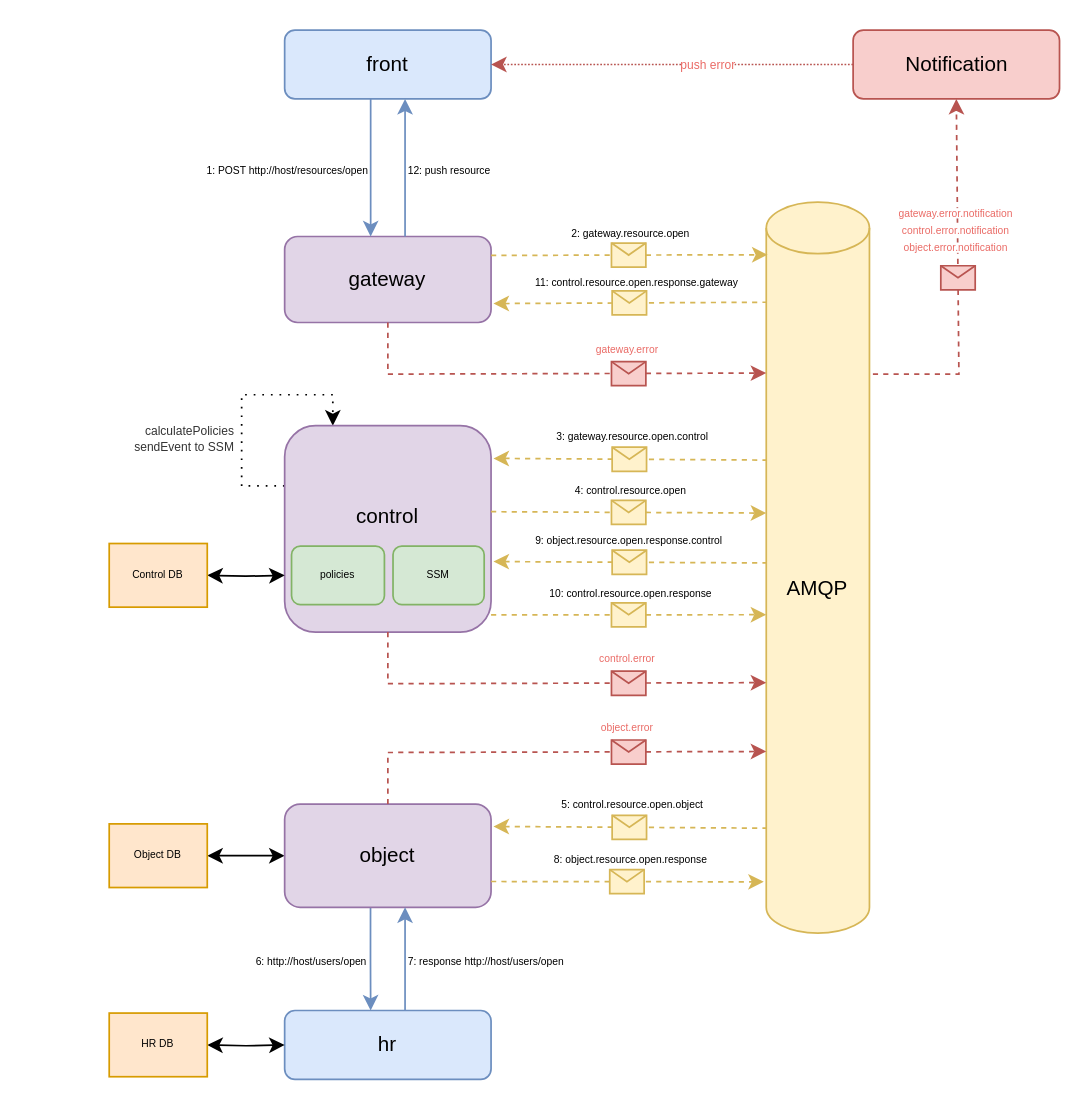
Above: page "schema" (2 of 4) of orchestrator.drawio in KArtZone/control-service (draw.io), before the change. Source tidied: cells renumbered, new cells numbered last; positions are measured from the earlier drawing's top-left corner, leaving out a move shared by most shapes. Both pictures are drawn from the tidied source at 172%, with x=0, y=0 at pixel (108, 29).
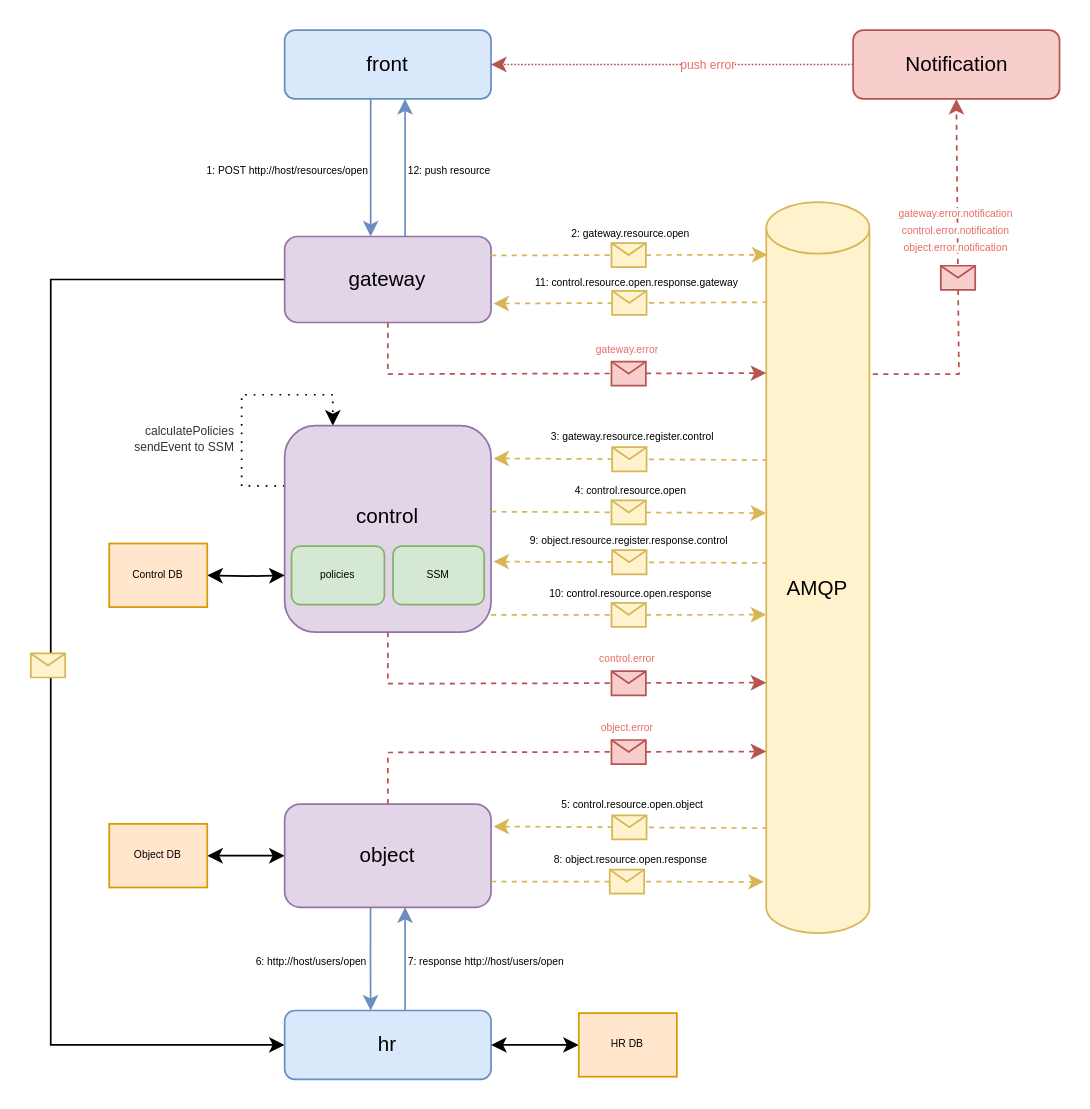
The same diagram, later.

Unchanged cells that the change refers to:
```xml
<mxCell id="4" value="gateway" style="rounded=1;whiteSpace=wrap;html=1;fillColor=#e1d5e7;strokeColor=#9673a6;" parent="1" vertex="1">
  <mxGeometry x="102" y="120" width="120" height="50" as="geometry" />
</mxCell>
<mxCell id="13" value="hr" style="rounded=1;whiteSpace=wrap;html=1;fillColor=#dae8fc;strokeColor=#6c8ebf;" parent="1" vertex="1">
  <mxGeometry x="102" y="570" width="120" height="40" as="geometry" />
</mxCell>
<mxCell id="29" style="endArrow=none;html=1;rounded=0;dashed=1;fontSize=6;entryX=0;entryY=0.571;entryDx=0;entryDy=0;entryPerimeter=0;endFill=0;startArrow=classic;startFill=1;fillColor=#fff2cc;strokeColor=#d6b656;" parent="1" edge="1">
  <mxGeometry relative="1" as="geometry">
    <mxPoint x="223.4" y="309" as="sourcePoint" />
    <mxPoint x="382" y="309.8" as="targetPoint" />
  </mxGeometry>
</mxCell>
```

Diff of the diagram source:
```diff
@@
+    <mxCell id="64" style="edgeStyle=orthogonalEdgeStyle;rounded=0;jettySize=auto;html=1;fontSize=10;" parent="1" edge="1" source="4" target="13">
+      <mxGeometry relative="1" as="geometry">
+        <Array as="points">
+          <mxPoint x="-34" y="145" />
+          <mxPoint x="-34" y="590" />
+        </Array>
+      </mxGeometry>
+    </mxCell>
@@
-    <mxCell id="19" value="&lt;span style=&quot;background-color: rgb(255, 255, 255); font-size: 6px;&quot;&gt;3: gateway.resource.open.control&lt;/span&gt;" style="rounded=0;whiteSpace=wrap;html=1;fontSize=6;strokeColor=none;fillColor=none;align=center;" parent="1" vertex="1">
+    <mxCell id="19" value="&lt;span style=&quot;background-color: rgb(255, 255, 255); font-size: 6px;&quot;&gt;3: gateway.resource.register.control&lt;/span&gt;" style="rounded=0;whiteSpace=wrap;html=1;fontSize=6;strokeColor=none;fillColor=none;align=center;" parent="1" vertex="1">
       <mxGeometry x="254.4" y="232" width="101" height="10" as="geometry" />
     </mxCell>
@@
+    <mxCell id="65" style="shape=message;html=1;fontSize=6;fillColor=#fff2cc;strokeColor=#d6b656;" parent="29" vertex="1">
+      <mxGeometry width="20" height="14" relative="1" as="geometry">
+        <mxPoint x="-348" y="53" as="offset" />
+      </mxGeometry>
+    </mxCell>
-    <mxCell id="31" value="&lt;span style=&quot;background-color: rgb(255, 255, 255); font-size: 6px;&quot;&gt;9: object.resource.open.response.control&lt;/span&gt;" style="rounded=0;whiteSpace=wrap;html=1;fontSize=6;strokeColor=none;fillColor=none;align=center;" parent="1" vertex="1">
+    <mxCell id="31" value="&lt;span style=&quot;background-color: rgb(255, 255, 255); font-size: 6px;&quot;&gt;9: object.resource.register.response.control&lt;/span&gt;" style="rounded=0;whiteSpace=wrap;html=1;fontSize=6;strokeColor=none;fillColor=none;align=center;" parent="1" vertex="1">
       <mxGeometry x="242" y="292" width="121" height="10" as="geometry" />
     </mxCell>
@@
-    <mxCell id="44" style="edgeStyle=orthogonalEdgeStyle;rounded=0;jettySize=auto;html=1;entryX=1;entryY=0.5;entryDx=0;entryDy=0;labelBackgroundColor=none;fontSize=6;fontColor=#FFD966;startArrow=classic;startFill=1;endArrow=classic;endFill=1;" parent="1" edge="1" target="45">
-      <mxGeometry relative="1" as="geometry">
-        <mxPoint x="102" y="590" as="sourcePoint" />
-      </mxGeometry>
+    <mxCell id="44" style="edgeStyle=orthogonalEdgeStyle;rounded=0;jettySize=auto;html=1;labelBackgroundColor=none;fontSize=6;fontColor=#FFD966;startArrow=classic;startFill=1;endArrow=classic;endFill=1;exitX=1;exitY=0.5;exitDx=0;exitDy=0;" parent="1" edge="1" source="13" target="45">
+      <mxGeometry relative="1" as="geometry" />
     </mxCell>
     <mxCell id="45" value="HR DB" style="rounded=0;whiteSpace=wrap;html=1;labelBackgroundColor=none;fontSize=6;fillColor=#ffe6cc;strokeColor=#d79b00;" parent="1" vertex="1">
-      <mxGeometry y="571.5" width="57" height="37" as="geometry" />
+      <mxGeometry x="273" y="571.5" width="57" height="37" as="geometry" />
     </mxCell>
```
